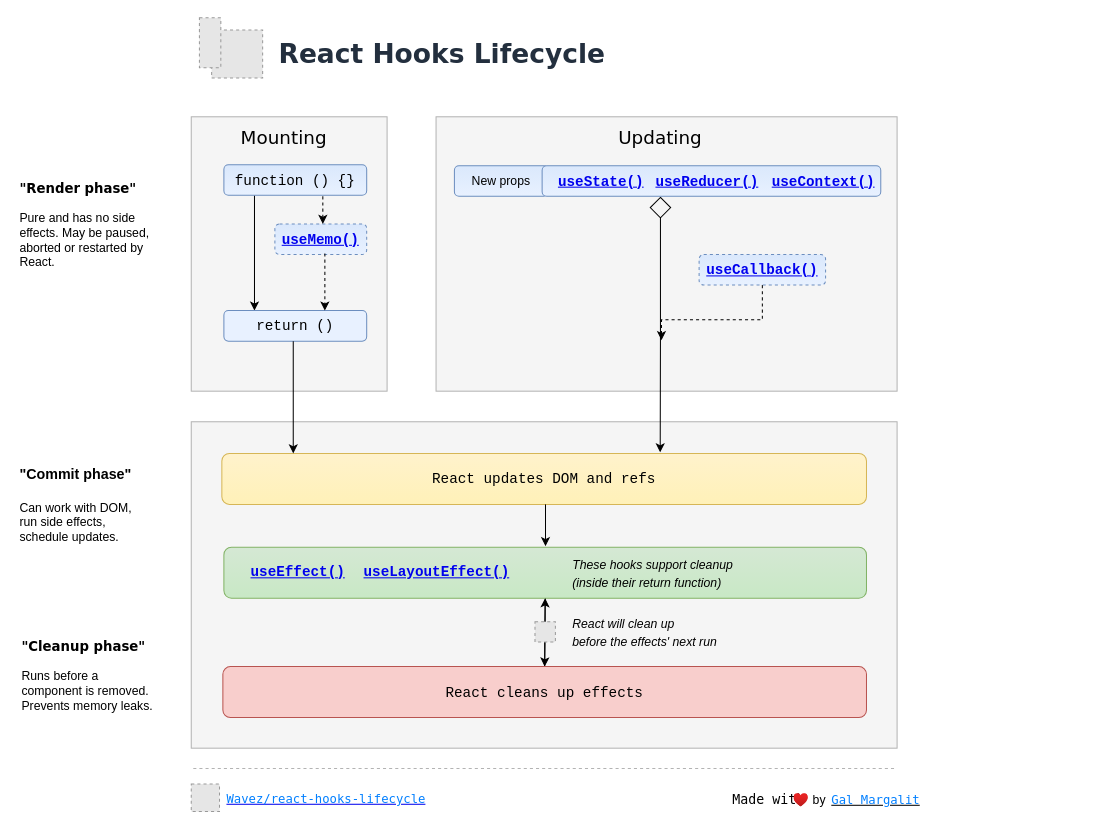
This is chart.drawio from Wavez/react-hooks-lifecycle, a draw.io file, before an edit. Source tidied: cells renumbered, new cells numbered last; positions are measured from the earlier drawing's top-left corner, leaving out a move shared by most shapes. Both pictures are drawn from the tidied source at 102%, with x=0, y=0 at pixel (17, 17). Pictures stored in the file or linked from it are replaced by grey dashed boxes.
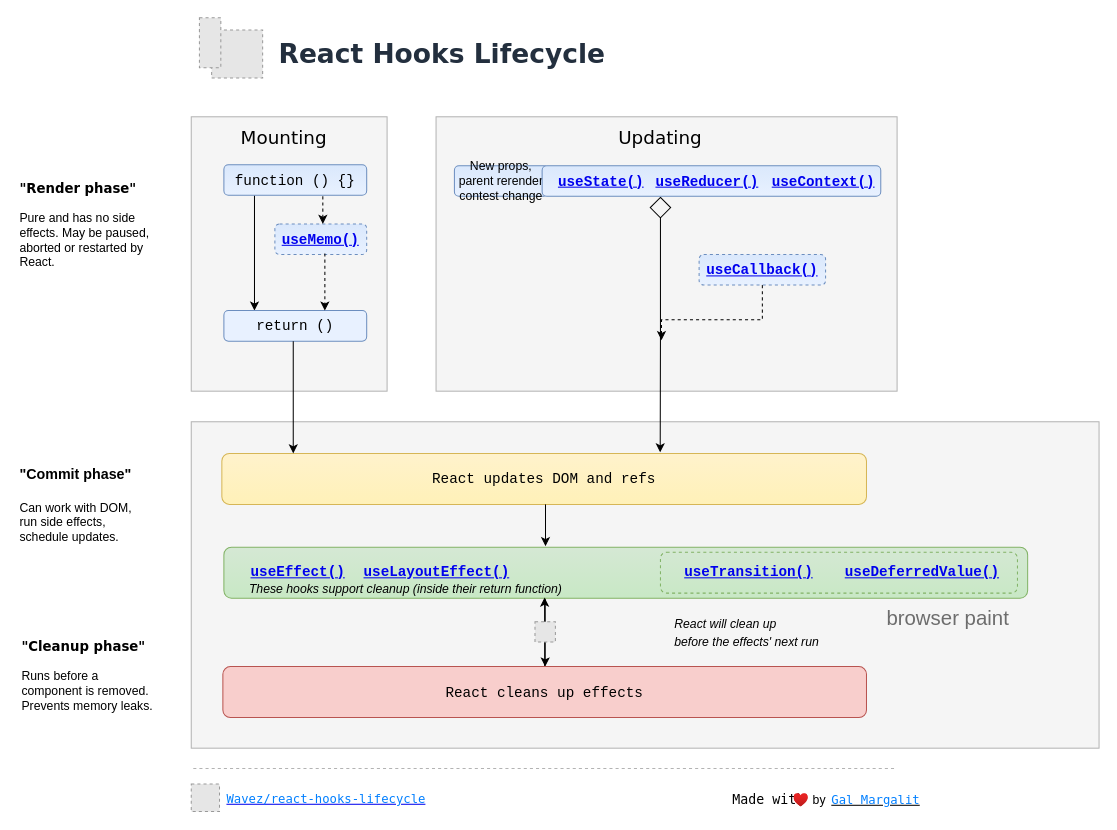
The same page after the edit.

Unchanged cells that the change refers to:
```xml
<mxCell id="33" value="&lt;h3 id=&quot;static-getderivedstatefromprops&quot;&gt;&lt;code style=&quot;font-weight: normal&quot;&gt;React cleans up effects&lt;/code&gt;&lt;/h3&gt;" style="rounded=1;whiteSpace=wrap;html=1;fillColor=#f8cecc;strokeColor=#b85450;" parent="1" vertex="1">
  <mxGeometry x="201" y="636" width="631" height="50" as="geometry" />
</mxCell>
```

The edit, as a diff of the source:
```diff
@@
-    <mxCell id="10" value="New props" style="rounded=1;whiteSpace=wrap;html=1;fillColor=#dae8fc;strokeColor=#6c8ebf;gradientColor=#E8F1FF;" parent="1" vertex="1">
+    <mxCell id="10" value="New props,&lt;br&gt;parent rerender&lt;br&gt;contest change" style="rounded=1;whiteSpace=wrap;html=1;fillColor=#dae8fc;strokeColor=#6c8ebf;gradientColor=#E8F1FF;" parent="1" vertex="1">
       <mxGeometry x="428" y="145" width="92" height="30" as="geometry" />
     </mxCell>
     <mxCell id="11" style="rounded=0;whiteSpace=wrap;html=1;fillColor=#f5f5f5;fontColor=#333333;strokeColor=#B3B3B3;" parent="1" vertex="1">
-      <mxGeometry x="170" y="396" width="692" height="320" as="geometry" />
+      <mxGeometry x="170" y="396" width="890" height="320" as="geometry" />
     </mxCell>
@@
     <mxCell id="13" style="edgeStyle=orthogonalEdgeStyle;rounded=0;jettySize=auto;html=1;fontFamily=Helvetica;fontSize=12;" parent="1" edge="1" source="14" target="33">
-      <mxGeometry relative="1" as="geometry" />
+      <mxGeometry relative="1" as="geometry">
+        <Array as="points">
+          <mxPoint x="517" y="576" />
+          <mxPoint x="517" y="576" />
+        </Array>
+      </mxGeometry>
     </mxCell>
     <mxCell id="14" style="rounded=1;whiteSpace=wrap;html=1;fillColor=#d5e8d4;strokeColor=#82b366;gradientColor=#C8E8C5;" parent="1" vertex="1">
-      <mxGeometry x="202" y="519" width="630" height="50" as="geometry" />
+      <mxGeometry x="202" y="519" width="788" height="50" as="geometry" />
     </mxCell>
@@
     <mxCell id="30" value="&lt;h3 id=&quot;static-getderivedstatefromprops&quot; style=&quot;color: rgb(0 , 0 , 0) ; letter-spacing: normal ; text-indent: 0px ; text-transform: none ; word-spacing: 0px&quot;&gt;&lt;span style=&quot;font-weight: 400&quot;&gt;&lt;font style=&quot;font-size: 12px&quot;&gt;&lt;i&gt;These hooks support cleanup (inside their return function)&lt;/i&gt;&lt;/font&gt;&lt;/span&gt;&lt;/h3&gt;" style="text;whiteSpace=wrap;html=1;fillColor=none;align=left;" parent="1" vertex="1">
-      <mxGeometry x="542" y="507" width="160" height="60" as="geometry" />
+      <mxGeometry x="225" y="530" width="340" height="60" as="geometry" />
     </mxCell>
@@
-    <mxCell id="32" style="edgeStyle=orthogonalEdgeStyle;rounded=0;jettySize=auto;html=1;exitX=0.5;exitY=0;exitDx=0;exitDy=0;entryX=0.5;entryY=1;entryDx=0;entryDy=0;fontFamily=Helvetica;fontSize=12;" parent="1" edge="1" source="33" target="14">
+    <mxCell id="32" style="edgeStyle=orthogonalEdgeStyle;rounded=0;jettySize=auto;html=1;exitX=0.5;exitY=0;exitDx=0;exitDy=0;entryX=0.399;entryY=0.986;entryDx=0;entryDy=0;fontFamily=Helvetica;fontSize=12;entryPerimeter=0;" parent="1" edge="1" source="33" target="14">
       <mxGeometry relative="1" as="geometry" />
     </mxCell>
@@
     <mxCell id="37" value="&lt;h3 id=&quot;static-getderivedstatefromprops&quot; style=&quot;color: rgb(0 , 0 , 0) ; letter-spacing: normal ; text-indent: 0px ; text-transform: none ; word-spacing: 0px&quot;&gt;&lt;span style=&quot;font-size: 12px ; font-weight: 400&quot;&gt;&lt;i&gt;React will clean up&lt;br&gt;before the effects' next run&lt;/i&gt;&lt;/span&gt;&lt;/h3&gt;" style="text;whiteSpace=wrap;html=1;fillColor=none;align=left;" parent="1" vertex="1">
-      <mxGeometry x="542" y="565" width="170" height="60" as="geometry" />
+      <mxGeometry x="642" y="565" width="170" height="60" as="geometry" />
     </mxCell>
@@
+    <mxCell id="50" value="&lt;h4 id=&quot;usedeferredvalue&quot; style=&quot;margin: 0px ; padding: 0px ; box-sizing: inherit ; font-size: 20px ; color: rgb(109 , 109 , 109) ; line-height: 1.3 ; font-weight: 400 ; font-style: normal ; letter-spacing: normal ; text-indent: 0px ; text-transform: none ; word-spacing: 0px&quot;&gt;browser paint&lt;/h4&gt;" style="text;whiteSpace=wrap;html=1;" parent="1" vertex="1">
+      <mxGeometry x="850" y="569" width="190" height="40" as="geometry" />
+    </mxCell>
+    <mxCell id="51" value="&lt;h3 id=&quot;static-getderivedstatefromprops&quot;&gt;&lt;code style=&quot;font-size: 14px&quot;&gt;&lt;a href=&quot;https://reactjs.org/docs/hooks-reference.html#useeffect&quot;&gt;useTransition()&lt;/a&gt;&amp;nbsp;&lt;/code&gt;&lt;/h3&gt;&lt;h3 id=&quot;static-getderivedstatefromprops&quot;&gt;&lt;code&gt;&lt;font size=&quot;1&quot;&gt;&lt;a href=&quot;https://reactjs.org/docs/hooks-reference.html#uselayouteffect&quot;&gt;&lt;/a&gt;&lt;/font&gt;&lt;/code&gt;&lt;/h3&gt;" style="text;html=1;strokeColor=none;fillColor=none;align=center;verticalAlign=middle;whiteSpace=wrap;rounded=0;" parent="1" vertex="1">
+      <mxGeometry x="701" y="533" width="40" height="20" as="geometry" />
+    </mxCell>
+    <mxCell id="52" value="&lt;h3 id=&quot;static-getderivedstatefromprops&quot;&gt;&lt;code style=&quot;font-size: 14px&quot;&gt;&lt;a href=&quot;https://reactjs.org/docs/hooks-reference.html#useeffect&quot;&gt;useDeferredValue()&lt;/a&gt;&amp;nbsp;&lt;/code&gt;&lt;/h3&gt;&lt;h3 id=&quot;static-getderivedstatefromprops&quot;&gt;&lt;code&gt;&lt;font size=&quot;1&quot;&gt;&lt;a href=&quot;https://reactjs.org/docs/hooks-reference.html#uselayouteffect&quot;&gt;&lt;/a&gt;&lt;/font&gt;&lt;/code&gt;&lt;/h3&gt;" style="text;html=1;strokeColor=none;fillColor=none;align=center;verticalAlign=middle;whiteSpace=wrap;rounded=0;" parent="1" vertex="1">
+      <mxGeometry x="871" y="533" width="40" height="20" as="geometry" />
+    </mxCell>
+    <mxCell id="53" style="rounded=1;whiteSpace=wrap;html=1;fillColor=none;strokeColor=#82b366;gradientColor=#C8E8C5;dashed=1;" parent="1" vertex="1">
+      <mxGeometry x="630" y="524" width="350" height="40" as="geometry" />
+    </mxCell>
```
